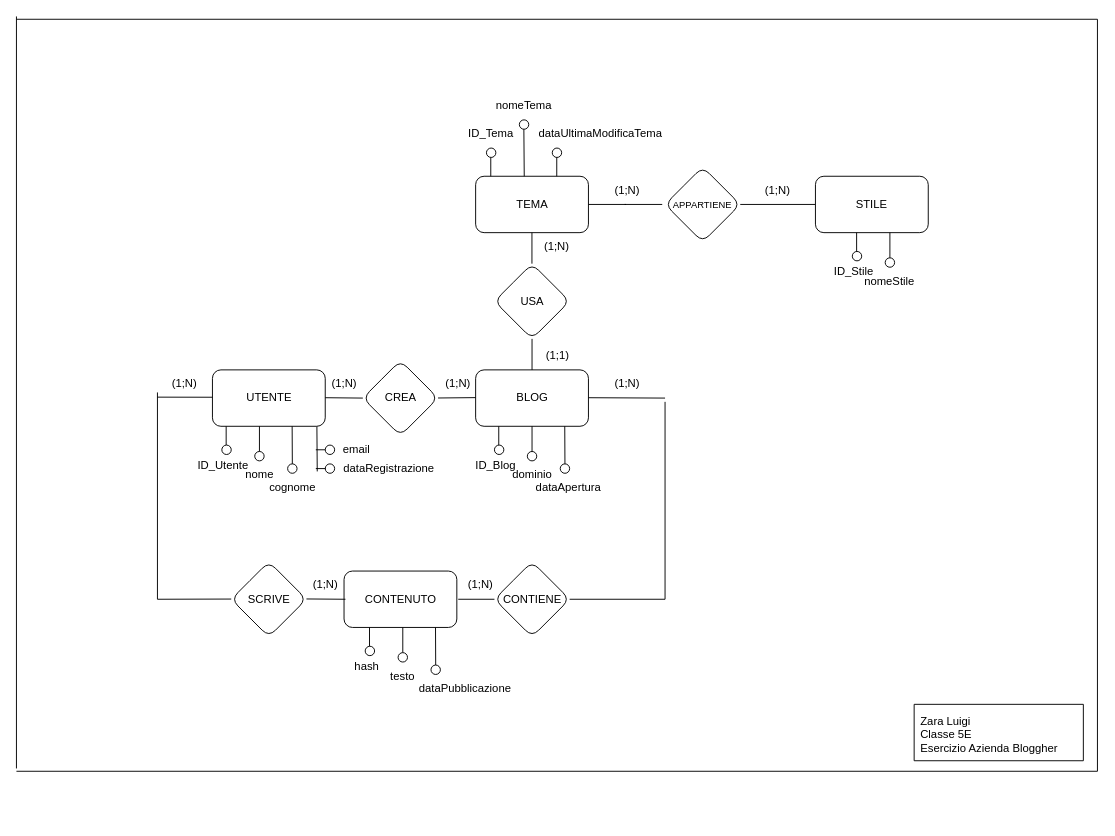
Above: Diagramma senza titolo.drawio in iigigii/INFORMATICA_5E (draw.io), before the change. Source tidied: cells renumbered, new cells numbered last; positions are measured from the earlier drawing's top-left corner, leaving out a move shared by most shapes. Both pictures are drawn from the tidied source at 94%, with x=0, y=0 at pixel (16, 16).
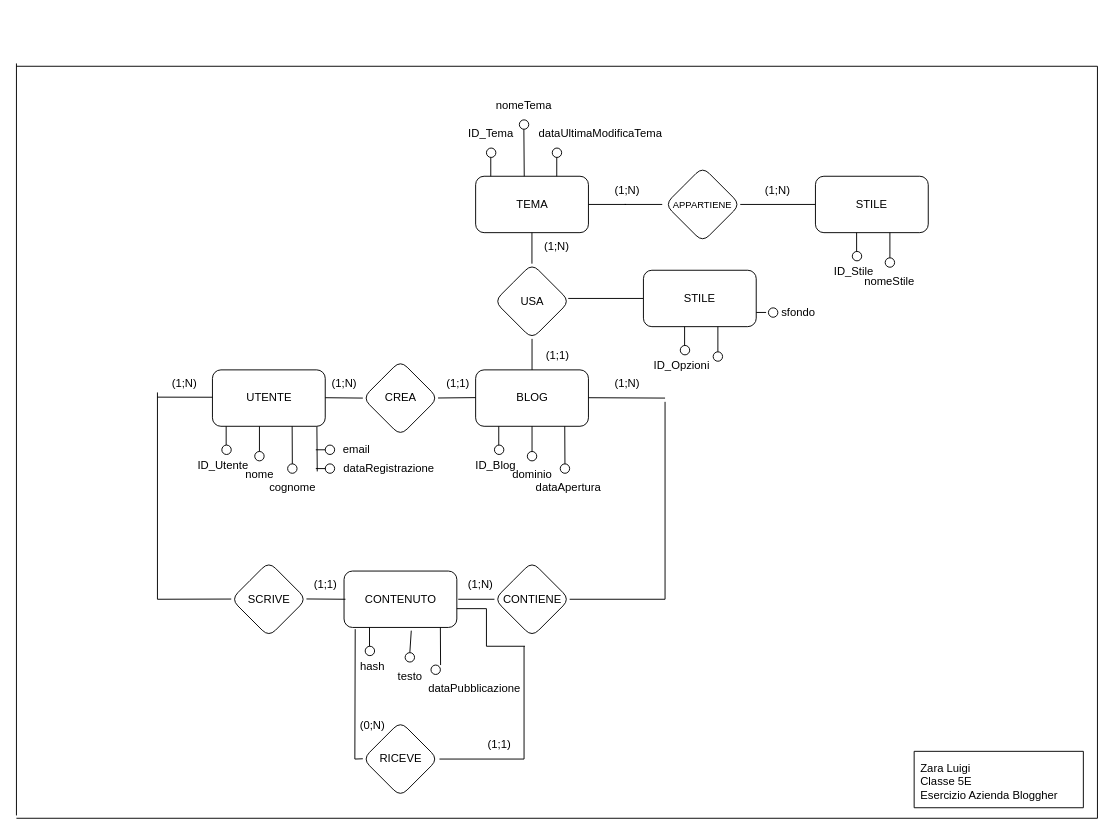
After the change.

The change refers to these unchanged cells:
```xml
<mxCell id="55" value="CONTENUTO" style="rounded=1;whiteSpace=wrap;html=1;" parent="1" vertex="1">
  <mxGeometry x="348.5" y="590" width="120" height="60" as="geometry" />
</mxCell>
<mxCell id="90" style="ellipse;whiteSpace=wrap;html=1;rounded=1;" parent="1" vertex="1">
  <mxGeometry x="441" y="690" width="10" height="10" as="geometry" />
</mxCell>
```

What changed in the source:
```diff
@@
     <mxCell id="19" value="&lt;div style=&quot;text-align: justify;&quot;&gt;&lt;span style=&quot;background-color: transparent; color: light-dark(rgb(0, 0, 0), rgb(255, 255, 255));&quot;&gt;Zara Luigi&lt;/span&gt;&lt;/div&gt;&lt;div&gt;&lt;div style=&quot;text-align: justify;&quot;&gt;&lt;span style=&quot;background-color: transparent; color: light-dark(rgb(0, 0, 0), rgb(255, 255, 255));&quot;&gt;Classe 5E&lt;/span&gt;&lt;/div&gt;&lt;div&gt;Esercizio Azienda Bloggher&lt;/div&gt;&lt;/div&gt;" style="text;html=1;whiteSpace=wrap;align=center;verticalAlign=middle;rounded=1;" parent="1" vertex="1">
-      <mxGeometry x="930" y="748.8" width="210" height="30" as="geometry" />
+      <mxGeometry x="930" y="798.8" width="210" height="30" as="geometry" />
     </mxCell>
     <mxCell id="20" style="endArrow=none;html=1;rounded=1;" parent="1" edge="1">
       <mxGeometry relative="1" as="geometry">
-        <mxPoint x="1150" y="803" as="sourcePoint" />
-        <mxPoint x="1150" y="3" as="targetPoint" />
+        <mxPoint x="1150" y="853" as="sourcePoint" />
+        <mxPoint x="1150" y="53" as="targetPoint" />
       </mxGeometry>
     </mxCell>
     <mxCell id="21" style="endArrow=none;html=1;rounded=1;" parent="1" edge="1">
       <mxGeometry relative="1" as="geometry">
-        <mxPoint y="800" as="sourcePoint" />
-        <mxPoint as="targetPoint" />
+        <mxPoint y="850" as="sourcePoint" />
+        <mxPoint y="50" as="targetPoint" />
       </mxGeometry>
     </mxCell>
     <mxCell id="22" style="endArrow=none;html=1;rounded=1;" parent="1" edge="1">
       <mxGeometry relative="1" as="geometry">
-        <mxPoint y="803" as="sourcePoint" />
-        <mxPoint x="1150" y="803" as="targetPoint" />
+        <mxPoint y="853" as="sourcePoint" />
+        <mxPoint x="1150" y="853" as="targetPoint" />
       </mxGeometry>
     </mxCell>
     <mxCell id="23" style="endArrow=none;html=1;rounded=1;" parent="1" edge="1">
       <mxGeometry relative="1" as="geometry">
-        <mxPoint y="3" as="sourcePoint" />
-        <mxPoint x="1150" y="3" as="targetPoint" />
+        <mxPoint y="53" as="sourcePoint" />
+        <mxPoint x="1150" y="53" as="targetPoint" />
       </mxGeometry>
     </mxCell>
     <mxCell id="24" style="endArrow=none;html=1;rounded=1;" parent="1" edge="1">
       <mxGeometry relative="1" as="geometry">
-        <mxPoint x="955" y="791.8" as="sourcePoint" />
-        <mxPoint x="955" y="731.8" as="targetPoint" />
+        <mxPoint x="955" y="841.8" as="sourcePoint" />
+        <mxPoint x="955" y="781.8" as="targetPoint" />
       </mxGeometry>
     </mxCell>
     <mxCell id="25" style="endArrow=none;html=1;rounded=1;" parent="1" edge="1">
       <mxGeometry relative="1" as="geometry">
-        <mxPoint x="955" y="731.8" as="sourcePoint" />
-        <mxPoint x="1135" y="731.8" as="targetPoint" />
+        <mxPoint x="955" y="781.8" as="sourcePoint" />
+        <mxPoint x="1135" y="781.8" as="targetPoint" />
       </mxGeometry>
     </mxCell>
     <mxCell id="26" style="endArrow=none;html=1;rounded=1;" parent="1" edge="1">
       <mxGeometry relative="1" as="geometry">
-        <mxPoint x="955" y="791.8" as="sourcePoint" />
-        <mxPoint x="1135" y="791.8" as="targetPoint" />
+        <mxPoint x="955" y="841.8" as="sourcePoint" />
+        <mxPoint x="1135" y="841.8" as="targetPoint" />
       </mxGeometry>
     </mxCell>
     <mxCell id="27" style="endArrow=none;html=1;rounded=1;" parent="1" edge="1">
       <mxGeometry relative="1" as="geometry">
-        <mxPoint x="1135" y="791.8" as="sourcePoint" />
-        <mxPoint x="1135" y="731.8" as="targetPoint" />
+        <mxPoint x="1135" y="841.8" as="sourcePoint" />
+        <mxPoint x="1135" y="781.8" as="targetPoint" />
       </mxGeometry>
     </mxCell>
-    <mxCell id="28" value="(1;N)" style="text;html=1;whiteSpace=wrap;align=center;verticalAlign=middle;rounded=1;fontStyle=0;" parent="1" vertex="1">
+    <mxCell id="28" value="(1;1)" style="text;html=1;whiteSpace=wrap;align=center;verticalAlign=middle;rounded=1;fontStyle=0;" parent="1" vertex="1">
       <mxGeometry x="440" y="376" width="60" height="30" as="geometry" />
     </mxCell>
@@
-    <mxCell id="83" value="(1;N)" style="text;html=1;whiteSpace=wrap;align=center;verticalAlign=middle;rounded=1;fontStyle=0;" parent="1" vertex="1">
+    <mxCell id="83" value="(1;1)" style="text;html=1;whiteSpace=wrap;align=center;verticalAlign=middle;rounded=1;fontStyle=0;" parent="1" vertex="1">
       <mxGeometry x="298.5" y="590" width="60" height="30" as="geometry" />
     </mxCell>
@@
-    <mxCell id="88" style="endArrow=none;html=1;rounded=1;exitX=0.5;exitY=0;exitDx=0;exitDy=0;" parent="1" edge="1" source="94">
-      <mxGeometry relative="1" as="geometry">
-        <mxPoint x="411" y="650" as="targetPoint" />
-      </mxGeometry>
+    <mxCell id="88" style="endArrow=none;html=1;rounded=1;exitX=0.5;exitY=0;exitDx=0;exitDy=0;entryX=0.596;entryY=1.057;entryDx=0;entryDy=0;entryPerimeter=0;" parent="1" edge="1" source="94" target="55">
+      <mxGeometry relative="1" as="geometry" />
     </mxCell>
-    <mxCell id="89" style="endArrow=none;html=1;rounded=1;entryX=0.29;entryY=1;entryDx=0;entryDy=0;entryPerimeter=0;exitX=0.5;exitY=0;exitDx=0;exitDy=0;" parent="1" edge="1" source="90">
+    <mxCell id="89" style="endArrow=none;html=1;rounded=1;entryX=0.29;entryY=1;entryDx=0;entryDy=0;entryPerimeter=0;exitX=0.5;exitY=0;exitDx=0;exitDy=0;" parent="1" edge="1">
       <mxGeometry relative="1" as="geometry">
-        <mxPoint x="445.8" y="650" as="targetPoint" />
+        <mxPoint x="451.2" y="690" as="sourcePoint" />
+        <mxPoint x="451" y="650" as="targetPoint" />
       </mxGeometry>
     </mxCell>
@@
     <mxCell id="91" value="testo" style="text;html=1;whiteSpace=wrap;align=center;verticalAlign=middle;rounded=1;" parent="1" vertex="1">
-      <mxGeometry x="381" y="686.8" width="60" height="30" as="geometry" />
+      <mxGeometry x="388.5" y="686.8" width="60" height="30" as="geometry" />
     </mxCell>
@@
     <mxCell id="93" value="hash" style="text;html=1;whiteSpace=wrap;align=center;verticalAlign=middle;rounded=1;" parent="1" vertex="1">
-      <mxGeometry x="342.5" y="676.8" width="60" height="30" as="geometry" />
+      <mxGeometry x="348.5" y="676.8" width="60" height="30" as="geometry" />
     </mxCell>
     <mxCell id="94" style="ellipse;whiteSpace=wrap;html=1;rounded=1;" parent="1" vertex="1">
-      <mxGeometry x="406" y="676.8" width="10" height="10" as="geometry" />
+      <mxGeometry x="413.5" y="676.8" width="10" height="10" as="geometry" />
     </mxCell>
     <mxCell id="95" value="dataPubblicazione" style="text;html=1;whiteSpace=wrap;align=center;verticalAlign=middle;rounded=1;" parent="1" vertex="1">
-      <mxGeometry x="431" y="700" width="92.5" height="30" as="geometry" />
+      <mxGeometry x="441" y="700" width="92.5" height="30" as="geometry" />
     </mxCell>
+    <mxCell id="96" style="endArrow=none;html=1;" parent="1" edge="1">
+      <mxGeometry relative="1" as="geometry">
+        <mxPoint x="587" y="300" as="sourcePoint" />
+        <mxPoint x="667" y="300" as="targetPoint" />
+      </mxGeometry>
+    </mxCell>
+    <mxCell id="97" value="STILE" style="rounded=1;whiteSpace=wrap;html=1;" parent="1" vertex="1">
+      <mxGeometry x="667" y="270" width="120" height="60" as="geometry" />
+    </mxCell>
+    <mxCell id="98" style="endArrow=none;html=1;rounded=1;" parent="1" edge="1">
+      <mxGeometry relative="1" as="geometry">
+        <mxPoint x="710.8" y="350" as="sourcePoint" />
+        <mxPoint x="710.8" y="330" as="targetPoint" />
+      </mxGeometry>
+    </mxCell>
+    <mxCell id="99" style="ellipse;whiteSpace=wrap;html=1;rounded=1;" parent="1" vertex="1">
+      <mxGeometry x="741.2" y="356.8" width="10" height="10" as="geometry" />
+    </mxCell>
+    <mxCell id="100" style="endArrow=none;html=1;rounded=1;exitX=0.5;exitY=0;exitDx=0;exitDy=0;" parent="1" edge="1" source="99">
+      <mxGeometry relative="1" as="geometry">
+        <mxPoint x="746.2" y="330" as="targetPoint" />
+      </mxGeometry>
+    </mxCell>
+    <mxCell id="101" value="ID_Opzioni" style="text;html=1;whiteSpace=wrap;align=center;verticalAlign=middle;rounded=1;" parent="1" vertex="1">
+      <mxGeometry x="677.8" y="356.8" width="60" height="30" as="geometry" />
+    </mxCell>
+    <mxCell id="102" style="ellipse;whiteSpace=wrap;html=1;rounded=1;fillColor=light-dark(#FFFFFF,#FFFFFF);gradientColor=none;strokeColor=default;" parent="1" vertex="1">
+      <mxGeometry x="706.2" y="350" width="10" height="10" as="geometry" />
+    </mxCell>
+    <mxCell id="103" style="ellipse;whiteSpace=wrap;html=1;rounded=1;" parent="1" vertex="1">
+      <mxGeometry x="800" y="310" width="10" height="10" as="geometry" />
+    </mxCell>
+    <mxCell id="104" value="sfondo" style="text;html=1;whiteSpace=wrap;align=center;verticalAlign=middle;rounded=1;" parent="1" vertex="1">
+      <mxGeometry x="812.5" y="300" width="37.5" height="30" as="geometry" />
+    </mxCell>
+    <mxCell id="105" style="endArrow=none;html=1;rounded=1;exitX=0;exitY=0.5;exitDx=0;exitDy=0;" parent="1" edge="1">
+      <mxGeometry relative="1" as="geometry">
+        <mxPoint x="797.5" y="314.9" as="sourcePoint" />
+        <mxPoint x="787" y="314.9" as="targetPoint" />
+      </mxGeometry>
+    </mxCell>
+    <mxCell id="106" value="RICEVE" style="rhombus;whiteSpace=wrap;html=1;rounded=1;" parent="1" vertex="1">
+      <mxGeometry x="368.5" y="750" width="80" height="80" as="geometry" />
+    </mxCell>
+    <mxCell id="107" value="(0;N)" style="text;html=1;whiteSpace=wrap;align=center;verticalAlign=middle;rounded=1;fontStyle=0;" parent="1" vertex="1">
+      <mxGeometry x="348.5" y="740" width="60" height="30" as="geometry" />
+    </mxCell>
+    <mxCell id="108" value="(1;1)" style="text;html=1;whiteSpace=wrap;align=center;verticalAlign=middle;rounded=1;fontStyle=0;" parent="1" vertex="1">
+      <mxGeometry x="483.5" y="760" width="60" height="30" as="geometry" />
+    </mxCell>
+    <mxCell id="109" style="endArrow=none;html=1;rounded=0;" parent="1" edge="1">
+      <mxGeometry relative="1" as="geometry">
+        <mxPoint x="450" y="790" as="sourcePoint" />
+        <mxPoint x="540" y="790" as="targetPoint" />
+      </mxGeometry>
+    </mxCell>
+    <mxCell id="110" style="endArrow=none;html=1;rounded=0;" parent="1" edge="1">
+      <mxGeometry relative="1" as="geometry">
+        <mxPoint x="360" y="790" as="sourcePoint" />
+        <mxPoint x="368.5" y="789.7" as="targetPoint" />
+      </mxGeometry>
+    </mxCell>
+    <mxCell id="111" style="endArrow=none;html=1;rounded=0;entryX=0.099;entryY=1.03;entryDx=0;entryDy=0;entryPerimeter=0;" parent="1" edge="1" target="55">
+      <mxGeometry relative="1" as="geometry">
+        <mxPoint x="360" y="790" as="sourcePoint" />
+      </mxGeometry>
+    </mxCell>
+    <mxCell id="112" style="endArrow=none;html=1;rounded=0;entryX=0.099;entryY=1.03;entryDx=0;entryDy=0;entryPerimeter=0;" parent="1" edge="1">
+      <mxGeometry relative="1" as="geometry">
+        <mxPoint x="540" y="790" as="sourcePoint" />
+        <mxPoint x="540" y="670" as="targetPoint" />
+      </mxGeometry>
+    </mxCell>
+    <mxCell id="113" style="endArrow=none;html=1;rounded=0;" parent="1" edge="1">
+      <mxGeometry relative="1" as="geometry">
+        <mxPoint x="500" y="670" as="sourcePoint" />
+        <mxPoint x="541" y="670" as="targetPoint" />
+      </mxGeometry>
+    </mxCell>
+    <mxCell id="114" style="endArrow=none;html=1;rounded=0;" parent="1" edge="1">
+      <mxGeometry relative="1" as="geometry">
+        <mxPoint x="468.5" y="630" as="sourcePoint" />
+        <mxPoint x="500" y="630" as="targetPoint" />
+      </mxGeometry>
+    </mxCell>
+    <mxCell id="115" style="endArrow=none;html=1;rounded=0;" parent="1" edge="1">
+      <mxGeometry relative="1" as="geometry">
+        <mxPoint x="500" y="670" as="sourcePoint" />
+        <mxPoint x="500" y="630" as="targetPoint" />
+      </mxGeometry>
+    </mxCell>
```
